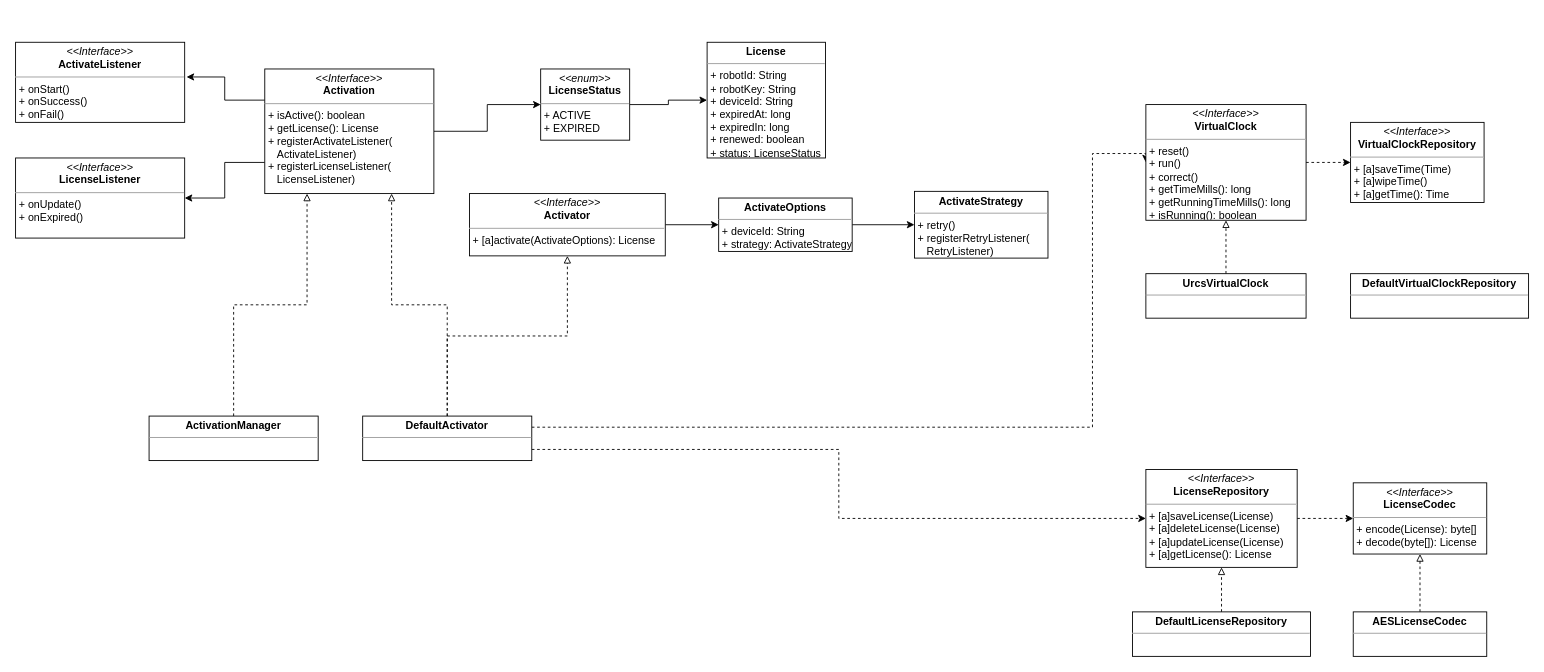
This is page "第 2 页" (2 of 2) of License.drawio from liuao2010/drawio, a draw.io file, before an edit. Source tidied: cells renumbered, new cells numbered last; positions are measured from the earlier drawing's top-left corner, leaving out a move shared by most shapes. Both pictures are drawn from the tidied source at 89%, with x=0, y=0 at pixel (15, 42).
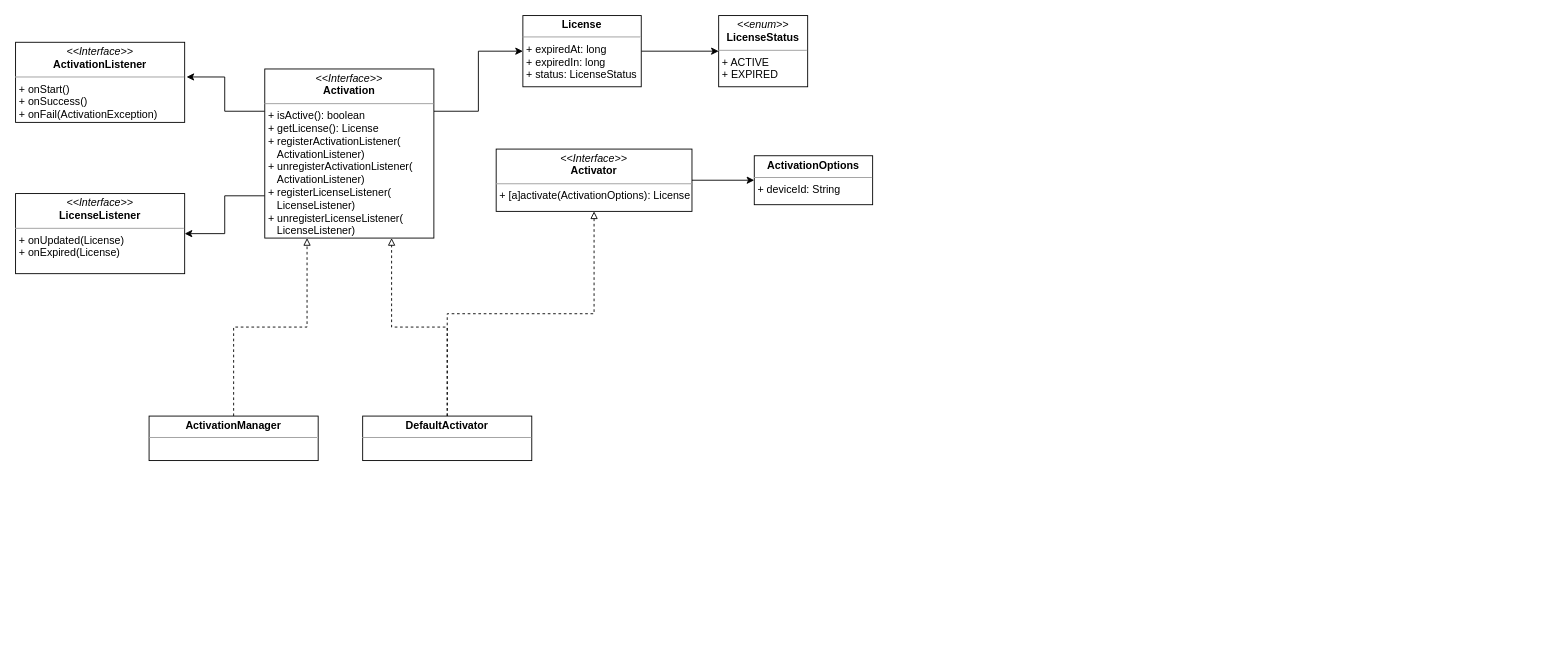
The same page after the edit.

The change refers to these unchanged cells:
```xml
<mxCell id="14" value="&lt;p style=&quot;margin: 0px ; margin-top: 4px ; text-align: center&quot;&gt;&lt;b&gt;DefaultActivator&lt;/b&gt;&lt;/p&gt;&lt;hr size=&quot;1&quot;&gt;&lt;p style=&quot;margin: 0px ; margin-left: 4px&quot;&gt;&lt;br&gt;&lt;/p&gt;" style="verticalAlign=top;align=left;overflow=fill;fontSize=12;fontFamily=Helvetica;html=1;" parent="1" vertex="1">
  <mxGeometry x="390" y="420" width="190" height="50" as="geometry" />
</mxCell>
```

Change to the diagram source:
```diff
@@
-    <mxCell id="4" style="edgeStyle=orthogonalEdgeStyle;rounded=0;jettySize=auto;html=1;exitX=1;exitY=0.5;exitDx=0;exitDy=0;entryX=0;entryY=0.5;entryDx=0;entryDy=0;" parent="1" edge="1" source="5" target="22">
-      <mxGeometry relative="1" as="geometry" />
-    </mxCell>
+    <mxCell id="36" style="edgeStyle=orthogonalEdgeStyle;rounded=0;jettySize=auto;html=1;exitX=1;exitY=0.25;exitDx=0;exitDy=0;entryX=0;entryY=0.5;entryDx=0;entryDy=0;startArrow=none;startFill=0;endArrow=classic;endFill=1;" parent="1" edge="1" source="5" target="20">
+      <mxGeometry relative="1" as="geometry" />
+    </mxCell>
-    <mxCell id="5" value="&lt;p style=&quot;margin: 0px ; margin-top: 4px ; text-align: center&quot;&gt;&lt;i&gt;&amp;lt;&amp;lt;Interface&amp;gt;&amp;gt;&lt;/i&gt;&lt;br&gt;&lt;b&gt;Activation&lt;/b&gt;&lt;/p&gt;&lt;hr size=&quot;1&quot;&gt;&lt;p style=&quot;margin: 0px ; margin-left: 4px&quot;&gt;+ isActive(): boolean&lt;br&gt;+ getLicense(): License&lt;/p&gt;&lt;p style=&quot;margin: 0px ; margin-left: 4px&quot;&gt;+ registerActivateListener(&lt;/p&gt;&lt;p style=&quot;margin: 0px ; margin-left: 4px&quot;&gt;&amp;nbsp; &amp;nbsp;ActivateListener)&lt;/p&gt;&lt;p style=&quot;margin: 0px ; margin-left: 4px&quot;&gt;+ registerLicenseListener(&lt;/p&gt;&lt;p style=&quot;margin: 0px ; margin-left: 4px&quot;&gt;&amp;nbsp; &amp;nbsp;LicenseListener)&lt;/p&gt;" style="verticalAlign=top;align=left;overflow=fill;fontSize=12;fontFamily=Helvetica;html=1;" parent="1" vertex="1">
-      <mxGeometry x="280" y="30" width="190" height="140" as="geometry" />
+    <mxCell id="5" value="&lt;p style=&quot;margin: 0px ; margin-top: 4px ; text-align: center&quot;&gt;&lt;i&gt;&amp;lt;&amp;lt;Interface&amp;gt;&amp;gt;&lt;/i&gt;&lt;br&gt;&lt;b&gt;Activation&lt;/b&gt;&lt;/p&gt;&lt;hr size=&quot;1&quot;&gt;&lt;p style=&quot;margin: 0px ; margin-left: 4px&quot;&gt;+ isActive(): boolean&lt;br&gt;+ getLicense(): License&lt;/p&gt;&lt;p style=&quot;margin: 0px ; margin-left: 4px&quot;&gt;+ registerActivationListener(&lt;/p&gt;&lt;p style=&quot;margin: 0px ; margin-left: 4px&quot;&gt;&amp;nbsp; &amp;nbsp;ActivationListener)&lt;/p&gt;&lt;p style=&quot;margin: 0px ; margin-left: 4px&quot;&gt;+ unregisterActivationListener(&lt;/p&gt;&lt;p style=&quot;margin: 0px ; margin-left: 4px&quot;&gt;&amp;nbsp; &amp;nbsp;ActivationListener)&lt;/p&gt;&lt;p style=&quot;margin: 0px ; margin-left: 4px&quot;&gt;+ registerLicenseListener(&lt;/p&gt;&lt;p style=&quot;margin: 0px ; margin-left: 4px&quot;&gt;&amp;nbsp; &amp;nbsp;LicenseListener)&lt;/p&gt;&lt;p style=&quot;margin: 0px ; margin-left: 4px&quot;&gt;+ unregisterLicenseListener(&lt;/p&gt;&lt;p style=&quot;margin: 0px ; margin-left: 4px&quot;&gt;&amp;nbsp; &amp;nbsp;LicenseListener)&lt;/p&gt;" style="verticalAlign=top;align=left;overflow=fill;fontSize=12;fontFamily=Helvetica;html=1;" parent="1" vertex="1">
+      <mxGeometry x="280" y="30" width="190" height="190" as="geometry" />
     </mxCell>
-    <mxCell id="6" style="edgeStyle=orthogonalEdgeStyle;rounded=0;jettySize=auto;html=1;exitX=1;exitY=0.5;exitDx=0;exitDy=0;entryX=0;entryY=0.5;entryDx=0;entryDy=0;" parent="1" edge="1" source="7" target="27">
-      <mxGeometry relative="1" as="geometry" />
-    </mxCell>
+    <mxCell id="37" style="edgeStyle=orthogonalEdgeStyle;rounded=0;jettySize=auto;html=1;exitX=1;exitY=0.5;exitDx=0;exitDy=0;entryX=0;entryY=0.5;entryDx=0;entryDy=0;startArrow=none;startFill=0;endArrow=classic;endFill=1;" parent="1" edge="1" source="7" target="39">
+      <mxGeometry relative="1" as="geometry" />
+    </mxCell>
-    <mxCell id="7" value="&lt;p style=&quot;margin: 0px ; margin-top: 4px ; text-align: center&quot;&gt;&lt;i&gt;&amp;lt;&amp;lt;Interface&amp;gt;&amp;gt;&lt;/i&gt;&lt;br&gt;&lt;b&gt;Activator&lt;/b&gt;&lt;/p&gt;&lt;hr size=&quot;1&quot;&gt;&lt;p style=&quot;margin: 0px ; margin-left: 4px&quot;&gt;+ [a]activate(ActivateOptions): License&lt;br&gt;&lt;/p&gt;" style="verticalAlign=top;align=left;overflow=fill;fontSize=12;fontFamily=Helvetica;html=1;" parent="1" vertex="1">
-      <mxGeometry x="510" y="170" width="220" height="70" as="geometry" />
+    <mxCell id="7" value="&lt;p style=&quot;margin: 0px ; margin-top: 4px ; text-align: center&quot;&gt;&lt;i&gt;&amp;lt;&amp;lt;Interface&amp;gt;&amp;gt;&lt;/i&gt;&lt;br&gt;&lt;b&gt;Activator&lt;/b&gt;&lt;/p&gt;&lt;hr size=&quot;1&quot;&gt;&lt;p style=&quot;margin: 0px ; margin-left: 4px&quot;&gt;+ [a]activate(ActivationOptions): License&lt;br&gt;&lt;/p&gt;" style="verticalAlign=top;align=left;overflow=fill;fontSize=12;fontFamily=Helvetica;html=1;" parent="1" vertex="1">
+      <mxGeometry x="540" y="120" width="220" height="70" as="geometry" />
     </mxCell>
@@
-    <mxCell id="12" style="edgeStyle=orthogonalEdgeStyle;rounded=0;jettySize=auto;html=1;exitX=1;exitY=0.75;exitDx=0;exitDy=0;entryX=0;entryY=0.5;entryDx=0;entryDy=0;dashed=1;" parent="1" edge="1" source="14" target="24">
-      <mxGeometry relative="1" as="geometry" />
-    </mxCell>
-    <mxCell id="13" style="edgeStyle=orthogonalEdgeStyle;rounded=0;jettySize=auto;html=1;exitX=1;exitY=0.25;exitDx=0;exitDy=0;entryX=0;entryY=0.5;entryDx=0;entryDy=0;dashed=1;" parent="1" edge="1" source="14" target="18">
-      <mxGeometry relative="1" as="geometry">
-        <Array as="points">
-          <mxPoint x="1210" y="433" />
-          <mxPoint x="1210" y="125" />
-          <mxPoint x="1270" y="125" />
-        </Array>
-      </mxGeometry>
-    </mxCell>
@@
-    <mxCell id="15" value="&lt;p style=&quot;margin: 0px ; margin-top: 4px ; text-align: center&quot;&gt;&lt;i&gt;&amp;lt;&amp;lt;Interface&amp;gt;&amp;gt;&lt;/i&gt;&lt;br&gt;&lt;b&gt;ActivateListener&lt;/b&gt;&lt;/p&gt;&lt;hr size=&quot;1&quot;&gt;&lt;p style=&quot;margin: 0px ; margin-left: 4px&quot;&gt;+ onStart()&lt;br&gt;&lt;/p&gt;&lt;p style=&quot;margin: 0px ; margin-left: 4px&quot;&gt;+ onSuccess()&lt;/p&gt;&lt;p style=&quot;margin: 0px ; margin-left: 4px&quot;&gt;+ onFail()&lt;/p&gt;" style="verticalAlign=top;align=left;overflow=fill;fontSize=12;fontFamily=Helvetica;html=1;" parent="1" vertex="1">
+    <mxCell id="15" value="&lt;p style=&quot;margin: 0px ; margin-top: 4px ; text-align: center&quot;&gt;&lt;i&gt;&amp;lt;&amp;lt;Interface&amp;gt;&amp;gt;&lt;/i&gt;&lt;br&gt;&lt;b&gt;ActivationListener&lt;/b&gt;&lt;/p&gt;&lt;hr size=&quot;1&quot;&gt;&lt;p style=&quot;margin: 0px ; margin-left: 4px&quot;&gt;+ onStart()&lt;br&gt;&lt;/p&gt;&lt;p style=&quot;margin: 0px ; margin-left: 4px&quot;&gt;+ onSuccess()&lt;/p&gt;&lt;p style=&quot;margin: 0px ; margin-left: 4px&quot;&gt;+ onFail(ActivationException)&lt;/p&gt;" style="verticalAlign=top;align=left;overflow=fill;fontSize=12;fontFamily=Helvetica;html=1;" parent="1" vertex="1">
       <mxGeometry width="190" height="90" as="geometry" />
     </mxCell>
-    <mxCell id="16" value="&lt;p style=&quot;margin: 0px ; margin-top: 4px ; text-align: center&quot;&gt;&lt;i&gt;&amp;lt;&amp;lt;Interface&amp;gt;&amp;gt;&lt;/i&gt;&lt;br&gt;&lt;b&gt;LicenseListener&lt;/b&gt;&lt;/p&gt;&lt;hr size=&quot;1&quot;&gt;&lt;p style=&quot;margin: 0px ; margin-left: 4px&quot;&gt;+ onUpdate()&lt;br&gt;&lt;/p&gt;&lt;p style=&quot;margin: 0px ; margin-left: 4px&quot;&gt;+ onExpired()&lt;/p&gt;" style="verticalAlign=top;align=left;overflow=fill;fontSize=12;fontFamily=Helvetica;html=1;" parent="1" vertex="1">
-      <mxGeometry y="130" width="190" height="90" as="geometry" />
+    <mxCell id="16" value="&lt;p style=&quot;margin: 0px ; margin-top: 4px ; text-align: center&quot;&gt;&lt;i&gt;&amp;lt;&amp;lt;Interface&amp;gt;&amp;gt;&lt;/i&gt;&lt;br&gt;&lt;b&gt;LicenseListener&lt;/b&gt;&lt;/p&gt;&lt;hr size=&quot;1&quot;&gt;&lt;p style=&quot;margin: 0px ; margin-left: 4px&quot;&gt;+ onUpdated(License)&lt;br&gt;&lt;/p&gt;&lt;p style=&quot;margin: 0px ; margin-left: 4px&quot;&gt;+ onExpired(License)&lt;/p&gt;" style="verticalAlign=top;align=left;overflow=fill;fontSize=12;fontFamily=Helvetica;html=1;" parent="1" vertex="1">
+      <mxGeometry y="170" width="190" height="90" as="geometry" />
     </mxCell>
-    <mxCell id="17" style="edgeStyle=orthogonalEdgeStyle;rounded=0;jettySize=auto;html=1;exitX=1;exitY=0.5;exitDx=0;exitDy=0;entryX=0;entryY=0.5;entryDx=0;entryDy=0;dashed=1;" parent="1" edge="1" source="18" target="19">
-      <mxGeometry relative="1" as="geometry" />
-    </mxCell>
-    <mxCell id="18" value="&lt;p style=&quot;margin: 0px ; margin-top: 4px ; text-align: center&quot;&gt;&lt;i&gt;&amp;lt;&amp;lt;Interface&amp;gt;&amp;gt;&lt;/i&gt;&lt;br&gt;&lt;b&gt;VirtualClock&lt;/b&gt;&lt;/p&gt;&lt;hr size=&quot;1&quot;&gt;&lt;p style=&quot;margin: 0px ; margin-left: 4px&quot;&gt;+ reset()&lt;br&gt;+ run()&lt;/p&gt;&lt;p style=&quot;margin: 0px ; margin-left: 4px&quot;&gt;+ correct()&lt;/p&gt;&lt;p style=&quot;margin: 0px ; margin-left: 4px&quot;&gt;+ getTimeMills(): long&lt;/p&gt;&lt;p style=&quot;margin: 0px ; margin-left: 4px&quot;&gt;+ getRunningTimeMills(): long&lt;/p&gt;&lt;p style=&quot;margin: 0px ; margin-left: 4px&quot;&gt;+ isRunning(): boolean&lt;/p&gt;" style="verticalAlign=top;align=left;overflow=fill;fontSize=12;fontFamily=Helvetica;html=1;" parent="1" vertex="1">
-      <mxGeometry x="1270" y="70" width="180" height="130" as="geometry" />
-    </mxCell>
-    <mxCell id="19" value="&lt;p style=&quot;margin: 0px ; margin-top: 4px ; text-align: center&quot;&gt;&lt;i&gt;&amp;lt;&amp;lt;Interface&amp;gt;&amp;gt;&lt;/i&gt;&lt;br&gt;&lt;b&gt;VirtualClockRepository&lt;/b&gt;&lt;/p&gt;&lt;hr size=&quot;1&quot;&gt;&lt;p style=&quot;margin: 0px ; margin-left: 4px&quot;&gt;+ [a]saveTime(Time)&lt;br&gt;+ [a]wipeTime()&lt;/p&gt;&lt;p style=&quot;margin: 0px ; margin-left: 4px&quot;&gt;+ [a]getTime(): Time&lt;/p&gt;" style="verticalAlign=top;align=left;overflow=fill;fontSize=12;fontFamily=Helvetica;html=1;" parent="1" vertex="1">
-      <mxGeometry x="1500" y="90" width="150" height="90" as="geometry" />
-    </mxCell>
+    <mxCell id="38" style="edgeStyle=orthogonalEdgeStyle;rounded=0;jettySize=auto;html=1;exitX=1;exitY=0.5;exitDx=0;exitDy=0;startArrow=none;startFill=0;endArrow=classic;endFill=1;" parent="1" edge="1" source="20" target="22">
+      <mxGeometry relative="1" as="geometry" />
+    </mxCell>
-    <mxCell id="20" value="&lt;p style=&quot;margin: 0px ; margin-top: 4px ; text-align: center&quot;&gt;&lt;b&gt;License&lt;/b&gt;&lt;/p&gt;&lt;hr size=&quot;1&quot;&gt;&lt;p style=&quot;margin: 0px ; margin-left: 4px&quot;&gt;+ robotId: String&lt;/p&gt;&lt;p style=&quot;margin: 0px ; margin-left: 4px&quot;&gt;+ robotKey: String&lt;/p&gt;&lt;p style=&quot;margin: 0px ; margin-left: 4px&quot;&gt;+ deviceId: String&lt;/p&gt;&lt;p style=&quot;margin: 0px ; margin-left: 4px&quot;&gt;+ expiredAt: long&lt;/p&gt;&lt;p style=&quot;margin: 0px ; margin-left: 4px&quot;&gt;+ expiredIn: long&lt;/p&gt;&lt;p style=&quot;margin: 0px ; margin-left: 4px&quot;&gt;+ renewed: boolean&lt;/p&gt;&lt;p style=&quot;margin: 0px ; margin-left: 4px&quot;&gt;+ status: LicenseStatus&lt;/p&gt;&lt;p style=&quot;margin: 0px ; margin-left: 4px&quot;&gt;&lt;br&gt;&lt;/p&gt;" style="verticalAlign=top;align=left;overflow=fill;fontSize=12;fontFamily=Helvetica;html=1;" parent="1" vertex="1">
-      <mxGeometry x="777" width="133" height="130" as="geometry" />
+    <mxCell id="20" value="&lt;p style=&quot;margin: 0px ; margin-top: 4px ; text-align: center&quot;&gt;&lt;b&gt;License&lt;/b&gt;&lt;/p&gt;&lt;hr size=&quot;1&quot;&gt;&lt;p style=&quot;margin: 0px ; margin-left: 4px&quot;&gt;&lt;span&gt;+ expiredAt: long&lt;/span&gt;&lt;br&gt;&lt;/p&gt;&lt;p style=&quot;margin: 0px ; margin-left: 4px&quot;&gt;+ expiredIn: long&lt;/p&gt;&lt;p style=&quot;margin: 0px ; margin-left: 4px&quot;&gt;+ status: LicenseStatus&lt;/p&gt;&lt;p style=&quot;margin: 0px ; margin-left: 4px&quot;&gt;&lt;br&gt;&lt;/p&gt;" style="verticalAlign=top;align=left;overflow=fill;fontSize=12;fontFamily=Helvetica;html=1;" parent="1" vertex="1">
+      <mxGeometry x="570" y="-30" width="133" height="80" as="geometry" />
     </mxCell>
-    <mxCell id="21" style="edgeStyle=orthogonalEdgeStyle;rounded=0;jettySize=auto;html=1;exitX=1;exitY=0.5;exitDx=0;exitDy=0;entryX=0;entryY=0.5;entryDx=0;entryDy=0;" parent="1" edge="1" source="22" target="20">
-      <mxGeometry relative="1" as="geometry" />
-    </mxCell>
     <mxCell id="22" value="&lt;p style=&quot;margin: 0px ; margin-top: 4px ; text-align: center&quot;&gt;&lt;i&gt;&amp;lt;&amp;lt;enum&amp;gt;&amp;gt;&lt;/i&gt;&lt;br&gt;&lt;b&gt;LicenseStatus&lt;/b&gt;&lt;br&gt;&lt;/p&gt;&lt;hr size=&quot;1&quot;&gt;&lt;p style=&quot;margin: 0px ; margin-left: 4px&quot;&gt;+ ACTIVE&lt;/p&gt;&lt;p style=&quot;margin: 0px ; margin-left: 4px&quot;&gt;+ EXPIRED&lt;/p&gt;" style="verticalAlign=top;align=left;overflow=fill;fontSize=12;fontFamily=Helvetica;html=1;" parent="1" vertex="1">
-      <mxGeometry x="590" y="30" width="100" height="80" as="geometry" />
+      <mxGeometry x="790" y="-30" width="100" height="80" as="geometry" />
     </mxCell>
-    <mxCell id="23" style="edgeStyle=orthogonalEdgeStyle;rounded=0;jettySize=auto;html=1;exitX=1;exitY=0.5;exitDx=0;exitDy=0;entryX=0;entryY=0.5;entryDx=0;entryDy=0;dashed=1;" parent="1" edge="1" source="24" target="25">
-      <mxGeometry relative="1" as="geometry" />
-    </mxCell>
-    <mxCell id="24" value="&lt;p style=&quot;margin: 0px ; margin-top: 4px ; text-align: center&quot;&gt;&lt;i&gt;&amp;lt;&amp;lt;Interface&amp;gt;&amp;gt;&lt;/i&gt;&lt;br&gt;&lt;b&gt;LicenseRepository&lt;/b&gt;&lt;/p&gt;&lt;hr size=&quot;1&quot;&gt;&lt;p style=&quot;margin: 0px ; margin-left: 4px&quot;&gt;+ [a]saveLicense(License)&lt;br&gt;+ [a]deleteLicense(License)&lt;/p&gt;&lt;p style=&quot;margin: 0px ; margin-left: 4px&quot;&gt;+ [a]updateLicense(License)&lt;/p&gt;&lt;p style=&quot;margin: 0px ; margin-left: 4px&quot;&gt;+ [a]getLicense(): License&lt;/p&gt;" style="verticalAlign=top;align=left;overflow=fill;fontSize=12;fontFamily=Helvetica;html=1;" parent="1" vertex="1">
-      <mxGeometry x="1270" y="480" width="170" height="110" as="geometry" />
-    </mxCell>
-    <mxCell id="25" value="&lt;p style=&quot;margin: 0px ; margin-top: 4px ; text-align: center&quot;&gt;&lt;i&gt;&amp;lt;&amp;lt;Interface&amp;gt;&amp;gt;&lt;/i&gt;&lt;br&gt;&lt;b&gt;LicenseCodec&lt;/b&gt;&lt;/p&gt;&lt;hr size=&quot;1&quot;&gt;&lt;p style=&quot;margin: 0px ; margin-left: 4px&quot;&gt;+ encode(License): byte[]&lt;br&gt;+ decode(byte[]): License&lt;/p&gt;" style="verticalAlign=top;align=left;overflow=fill;fontSize=12;fontFamily=Helvetica;html=1;" parent="1" vertex="1">
-      <mxGeometry x="1503" y="495" width="150" height="80" as="geometry" />
-    </mxCell>
-    <mxCell id="26" style="edgeStyle=orthogonalEdgeStyle;rounded=0;jettySize=auto;html=1;exitX=1;exitY=0.5;exitDx=0;exitDy=0;entryX=0;entryY=0.5;entryDx=0;entryDy=0;" parent="1" edge="1" source="27" target="28">
-      <mxGeometry relative="1" as="geometry" />
-    </mxCell>
-    <mxCell id="27" value="&lt;p style=&quot;margin: 0px ; margin-top: 4px ; text-align: center&quot;&gt;&lt;b&gt;ActivateOptions&lt;/b&gt;&lt;/p&gt;&lt;hr size=&quot;1&quot;&gt;&lt;p style=&quot;margin: 0px ; margin-left: 4px&quot;&gt;&lt;span&gt;+ deviceId: String&lt;/span&gt;&lt;/p&gt;&lt;p style=&quot;margin: 0px ; margin-left: 4px&quot;&gt;+ strategy: ActivateStrategy&lt;/p&gt;&lt;p style=&quot;margin: 0px ; margin-left: 4px&quot;&gt;&lt;br&gt;&lt;/p&gt;" style="verticalAlign=top;align=left;overflow=fill;fontSize=12;fontFamily=Helvetica;html=1;" parent="1" vertex="1">
-      <mxGeometry x="790" y="175" width="150" height="60" as="geometry" />
-    </mxCell>
-    <mxCell id="28" value="&lt;p style=&quot;margin: 0px ; margin-top: 4px ; text-align: center&quot;&gt;&lt;b&gt;ActivateStrategy&lt;/b&gt;&lt;/p&gt;&lt;hr size=&quot;1&quot;&gt;&lt;p style=&quot;margin: 0px ; margin-left: 4px&quot;&gt;&lt;span&gt;+ retry()&lt;/span&gt;&lt;/p&gt;&lt;p style=&quot;margin: 0px ; margin-left: 4px&quot;&gt;+ registerRetryListener(&lt;/p&gt;&lt;p style=&quot;margin: 0px ; margin-left: 4px&quot;&gt;&amp;nbsp; &amp;nbsp;RetryListener)&lt;/p&gt;&lt;p style=&quot;margin: 0px ; margin-left: 4px&quot;&gt;&lt;br&gt;&lt;/p&gt;" style="verticalAlign=top;align=left;overflow=fill;fontSize=12;fontFamily=Helvetica;html=1;" parent="1" vertex="1">
-      <mxGeometry x="1010" y="167.5" width="150" height="75" as="geometry" />
-    </mxCell>
-    <mxCell id="29" style="edgeStyle=orthogonalEdgeStyle;rounded=0;jettySize=auto;html=1;exitX=0.5;exitY=0;exitDx=0;exitDy=0;entryX=0.5;entryY=1;entryDx=0;entryDy=0;dashed=1;endArrow=block;endFill=0;" parent="1" edge="1" source="30" target="18">
-      <mxGeometry relative="1" as="geometry" />
-    </mxCell>
-    <mxCell id="30" value="&lt;p style=&quot;margin: 0px ; margin-top: 4px ; text-align: center&quot;&gt;&lt;b&gt;UrcsVirtualClock&lt;/b&gt;&lt;/p&gt;&lt;hr size=&quot;1&quot;&gt;&lt;p style=&quot;margin: 0px ; margin-left: 4px&quot;&gt;&lt;br&gt;&lt;/p&gt;&lt;p style=&quot;margin: 0px ; margin-left: 4px&quot;&gt;&lt;br&gt;&lt;/p&gt;" style="verticalAlign=top;align=left;overflow=fill;fontSize=12;fontFamily=Helvetica;html=1;" parent="1" vertex="1">
-      <mxGeometry x="1270" y="260" width="180" height="50" as="geometry" />
-    </mxCell>
-    <mxCell id="31" value="&lt;p style=&quot;margin: 0px ; margin-top: 4px ; text-align: center&quot;&gt;&lt;b&gt;DefaultVirtualClockRepository&lt;/b&gt;&lt;/p&gt;&lt;hr size=&quot;1&quot;&gt;&lt;p style=&quot;margin: 0px ; margin-left: 4px&quot;&gt;&lt;br&gt;&lt;/p&gt;&lt;p style=&quot;margin: 0px ; margin-left: 4px&quot;&gt;&lt;br&gt;&lt;/p&gt;" style="verticalAlign=top;align=left;overflow=fill;fontSize=12;fontFamily=Helvetica;html=1;" parent="1" vertex="1">
-      <mxGeometry x="1500" y="260" width="200" height="50" as="geometry" />
-    </mxCell>
-    <mxCell id="32" style="edgeStyle=orthogonalEdgeStyle;rounded=0;jettySize=auto;html=1;exitX=0.5;exitY=0;exitDx=0;exitDy=0;entryX=0.5;entryY=1;entryDx=0;entryDy=0;dashed=1;startArrow=none;startFill=0;endArrow=block;endFill=0;" parent="1" edge="1" source="33" target="24">
-      <mxGeometry relative="1" as="geometry" />
-    </mxCell>
-    <mxCell id="33" value="&lt;p style=&quot;margin: 0px ; margin-top: 4px ; text-align: center&quot;&gt;&lt;b&gt;DefaultLicenseRepository&lt;/b&gt;&lt;/p&gt;&lt;hr size=&quot;1&quot;&gt;&lt;p style=&quot;margin: 0px ; margin-left: 4px&quot;&gt;&lt;br&gt;&lt;/p&gt;&lt;p style=&quot;margin: 0px ; margin-left: 4px&quot;&gt;&lt;br&gt;&lt;/p&gt;" style="verticalAlign=top;align=left;overflow=fill;fontSize=12;fontFamily=Helvetica;html=1;" parent="1" vertex="1">
-      <mxGeometry x="1255" y="640" width="200" height="50" as="geometry" />
-    </mxCell>
-    <mxCell id="34" style="edgeStyle=orthogonalEdgeStyle;rounded=0;jettySize=auto;html=1;exitX=0.5;exitY=0;exitDx=0;exitDy=0;entryX=0.5;entryY=1;entryDx=0;entryDy=0;dashed=1;startArrow=none;startFill=0;endArrow=block;endFill=0;" parent="1" edge="1" source="35" target="25">
-      <mxGeometry relative="1" as="geometry" />
-    </mxCell>
-    <mxCell id="35" value="&lt;p style=&quot;margin: 0px ; margin-top: 4px ; text-align: center&quot;&gt;&lt;b&gt;AESLicenseCodec&lt;/b&gt;&lt;/p&gt;&lt;hr size=&quot;1&quot;&gt;&lt;p style=&quot;margin: 0px ; margin-left: 4px&quot;&gt;&lt;br&gt;&lt;/p&gt;&lt;p style=&quot;margin: 0px ; margin-left: 4px&quot;&gt;&lt;br&gt;&lt;/p&gt;" style="verticalAlign=top;align=left;overflow=fill;fontSize=12;fontFamily=Helvetica;html=1;" parent="1" vertex="1">
-      <mxGeometry x="1503" y="640" width="150" height="50" as="geometry" />
-    </mxCell>
+    <mxCell id="39" value="&lt;p style=&quot;margin: 0px ; margin-top: 4px ; text-align: center&quot;&gt;&lt;b&gt;ActivationOptions&lt;/b&gt;&lt;/p&gt;&lt;hr size=&quot;1&quot;&gt;&lt;p style=&quot;margin: 0px ; margin-left: 4px&quot;&gt;&lt;span&gt;+ deviceId: String&lt;/span&gt;&lt;/p&gt;&lt;p style=&quot;margin: 0px ; margin-left: 4px&quot;&gt;&lt;br&gt;&lt;/p&gt;" style="verticalAlign=top;align=left;overflow=fill;fontSize=12;fontFamily=Helvetica;html=1;" parent="1" vertex="1">
+      <mxGeometry x="830" y="127.5" width="133" height="55" as="geometry" />
+    </mxCell>
```
